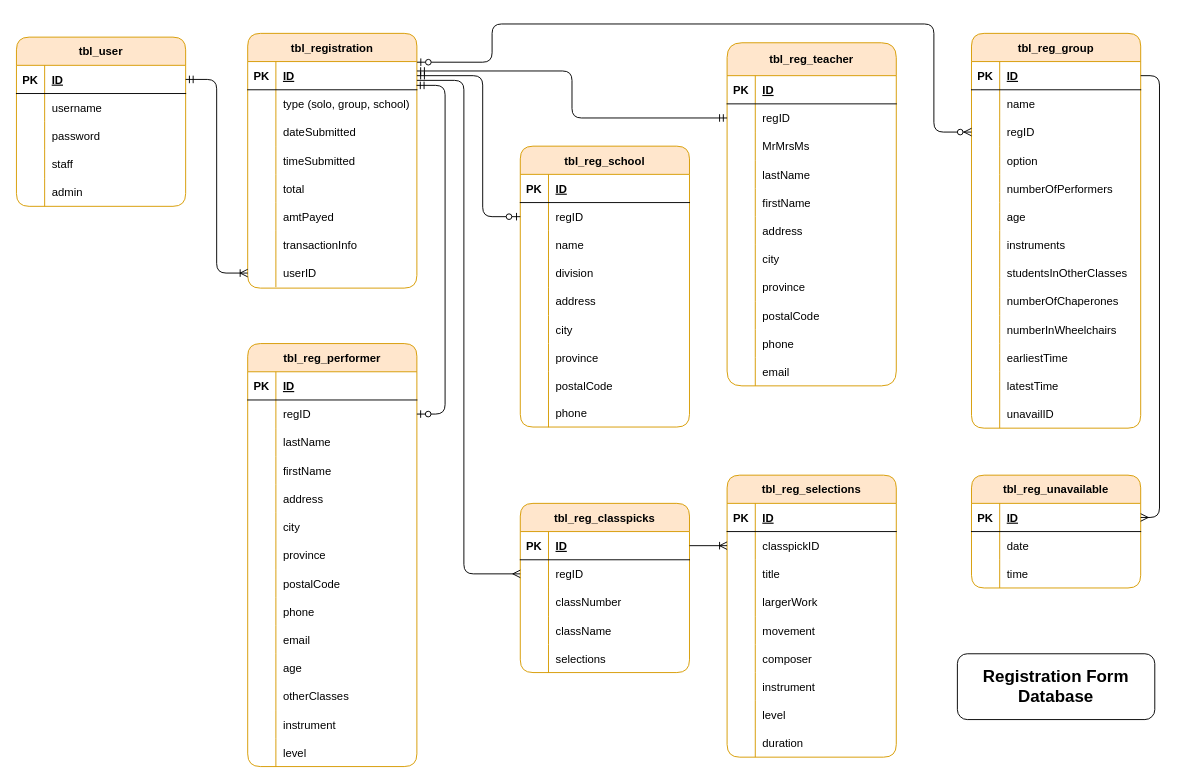
Earlier version of the draw.io diagram page "Page-1" (1 of 3) of class_registration.drawio (davesawatzky/wmf-vite). Source tidied: cells renumbered, new cells numbered last; positions are measured from the earlier drawing's top-left corner, leaving out a move shared by most shapes. Both pictures are drawn from the tidied source at 94%, with x=0, y=0 at pixel (16, 24).
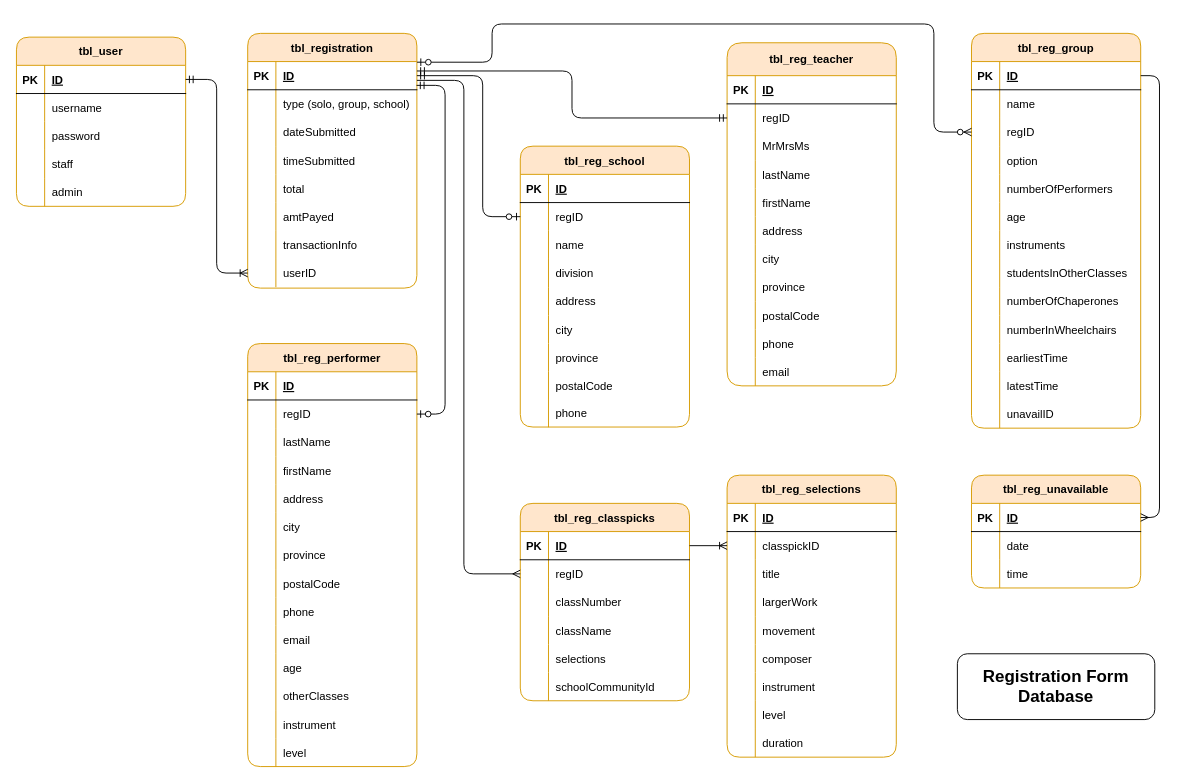
The same page after the edit.

Diff of the diagram source:
```diff
@@
     <mxCell id="184" value="tbl_reg_classpicks" style="shape=table;startSize=30;childLayout=tableLayout;rowLines=0;fontStyle=1;align=center;rounded=1;fillColor=#ffe6cc;strokeColor=#d79b00;" parent="1" vertex="1">
-      <mxGeometry x="536" y="510" width="180" height="180" as="geometry" />
+      <mxGeometry x="536" y="510" width="180" height="210" as="geometry" />
     </mxCell>
@@
+    <mxCell id="251" style="shape=partialRectangle;fillColor=none;top=0;left=0;bottom=0;right=0;rounded=1;" parent="184" vertex="1">
+      <mxGeometry y="180" width="180" height="30" as="geometry" />
+    </mxCell>
+    <mxCell id="252" style="shape=partialRectangle;fillColor=none;top=0;left=0;bottom=0;right=0;overflow=hidden;rounded=1;" parent="251" vertex="1">
+      <mxGeometry width="30" height="30" as="geometry" />
+    </mxCell>
+    <mxCell id="253" value="schoolCommunityId" style="shape=partialRectangle;fillColor=none;top=0;left=0;bottom=0;right=0;align=left;spacingLeft=6;overflow=hidden;rounded=1;" parent="251" vertex="1">
+      <mxGeometry x="30" width="150" height="30" as="geometry" />
+    </mxCell>
```
